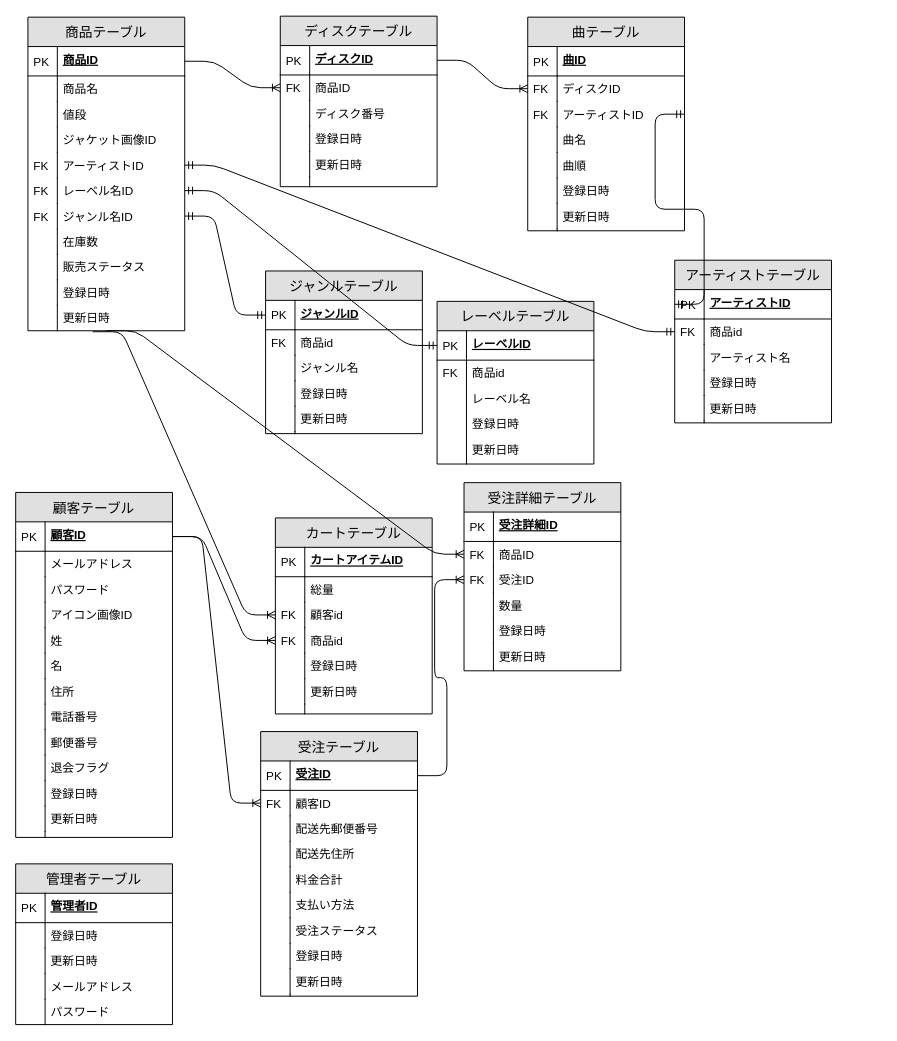
Above: Design/ER図.drawio in saezurucrow/ec-site (draw.io), before the change. Source tidied: cells renumbered, new cells numbered last; positions are measured from the earlier drawing's top-left corner, leaving out a move shared by most shapes. Both pictures are drawn from the tidied source at 98%, with x=0, y=0 at pixel (16, 16).
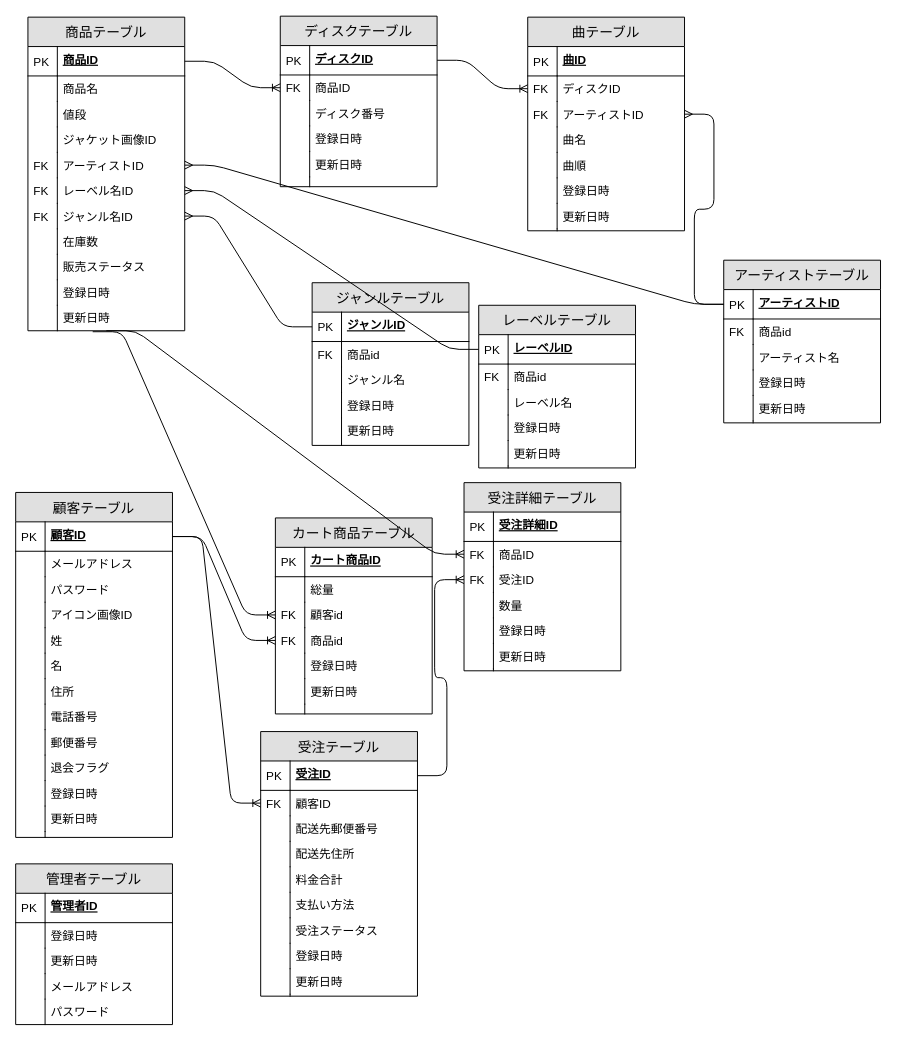
The same diagram, later.

Commit message:
finished ERD

The change refers to these unchanged cells:
```xml
<mxCell id="3" value="顧客ID&#10;" style="shape=partialRectangle;top=0;left=0;right=0;bottom=1;align=left;verticalAlign=top;fillColor=none;spacingLeft=34;spacingRight=4;overflow=hidden;points=[[0,0.5],[1,0.5]];portConstraint=eastwest;fontStyle=5;fontSize=12;" parent="2" vertex="1">
  <mxGeometry y="30" width="160" height="30" as="geometry" />
</mxCell>
<mxCell id="34" value="顧客id" style="shape=partialRectangle;top=0;left=0;right=0;bottom=0;align=left;verticalAlign=top;fillColor=none;spacingLeft=34;spacingRight=4;overflow=hidden;points=[[0,0.5],[1,0.5]];portConstraint=eastwest;fontSize=12;" parent="29" vertex="1">
  <mxGeometry y="86" width="160" height="26" as="geometry" />
</mxCell>
<mxCell id="36" value="商品id" style="shape=partialRectangle;top=0;left=0;right=0;bottom=0;align=left;verticalAlign=top;fillColor=none;spacingLeft=34;spacingRight=4;overflow=hidden;points=[[0,0.5],[1,0.5]];portConstraint=eastwest;fontSize=12;" parent="29" vertex="1">
  <mxGeometry y="112" width="160" height="26" as="geometry" />
</mxCell>
<mxCell id="66" value="アーティストID&#10;" style="shape=partialRectangle;top=0;left=0;right=0;bottom=1;align=left;verticalAlign=top;fillColor=none;spacingLeft=34;spacingRight=4;overflow=hidden;points=[[0,0.5],[1,0.5]];portConstraint=eastwest;fontStyle=5;fontSize=12;" parent="65" vertex="1">
  <mxGeometry y="30" width="160" height="30" as="geometry" />
</mxCell>
<mxCell id="68" value="商品id" style="shape=partialRectangle;top=0;left=0;right=0;bottom=0;align=left;verticalAlign=top;fillColor=none;spacingLeft=34;spacingRight=4;overflow=hidden;points=[[0,0.5],[1,0.5]];portConstraint=eastwest;fontSize=12;" parent="65" vertex="1">
  <mxGeometry y="60" width="160" height="26" as="geometry" />
</mxCell>
<mxCell id="79" value="レーベルID&#10;" style="shape=partialRectangle;top=0;left=0;right=0;bottom=1;align=left;verticalAlign=top;fillColor=none;spacingLeft=34;spacingRight=4;overflow=hidden;points=[[0,0.5],[1,0.5]];portConstraint=eastwest;fontStyle=5;fontSize=12;" parent="78" vertex="1">
  <mxGeometry y="30" width="160" height="30" as="geometry" />
</mxCell>
<mxCell id="92" value="ジャンルID&#10;" style="shape=partialRectangle;top=0;left=0;right=0;bottom=1;align=left;verticalAlign=top;fillColor=none;spacingLeft=34;spacingRight=4;overflow=hidden;points=[[0,0.5],[1,0.5]];portConstraint=eastwest;fontStyle=5;fontSize=12;" parent="91" vertex="1">
  <mxGeometry y="30" width="160" height="30" as="geometry" />
</mxCell>
<mxCell id="124" value="アーティストID" style="shape=partialRectangle;top=0;left=0;right=0;bottom=0;align=left;verticalAlign=top;fillColor=none;spacingLeft=34;spacingRight=4;overflow=hidden;points=[[0,0.5],[1,0.5]];portConstraint=eastwest;fontSize=12;" parent="115" vertex="1">
  <mxGeometry y="138" width="160" height="26" as="geometry" />
</mxCell>
<mxCell id="126" value="レーベル名ID" style="shape=partialRectangle;top=0;left=0;right=0;bottom=0;align=left;verticalAlign=top;fillColor=none;spacingLeft=34;spacingRight=4;overflow=hidden;points=[[0,0.5],[1,0.5]];portConstraint=eastwest;fontSize=12;" parent="115" vertex="1">
  <mxGeometry y="164" width="160" height="26" as="geometry" />
</mxCell>
<mxCell id="128" value="ジャンル名ID" style="shape=partialRectangle;top=0;left=0;right=0;bottom=0;align=left;verticalAlign=top;fillColor=none;spacingLeft=34;spacingRight=4;overflow=hidden;points=[[0,0.5],[1,0.5]];portConstraint=eastwest;fontSize=12;" parent="115" vertex="1">
  <mxGeometry y="190" width="160" height="26" as="geometry" />
</mxCell>
<mxCell id="136" value="更新日時" style="shape=partialRectangle;top=0;left=0;right=0;bottom=0;align=left;verticalAlign=top;fillColor=none;spacingLeft=34;spacingRight=4;overflow=hidden;points=[[0,0.5],[1,0.5]];portConstraint=eastwest;fontSize=12;" parent="115" vertex="1">
  <mxGeometry y="294" width="160" height="26" as="geometry" />
</mxCell>
<mxCell id="156" value="アーティストID" style="shape=partialRectangle;top=0;left=0;right=0;bottom=0;align=left;verticalAlign=top;fillColor=none;spacingLeft=34;spacingRight=4;overflow=hidden;points=[[0,0.5],[1,0.5]];portConstraint=eastwest;fontSize=12;" parent="151" vertex="1">
  <mxGeometry y="86" width="160" height="26" as="geometry" />
</mxCell>
```

Diff of the diagram source:
```diff
@@
-    <mxCell id="29" value="カートテーブル" style="swimlane;fontStyle=0;horizontal=1;startSize=30;fillColor=#e0e0e0;swimlaneFillColor=#ffffff;align=center;fontSize=14;" parent="1" vertex="1">
+    <mxCell id="29" value="カート商品テーブル" style="swimlane;fontStyle=0;horizontal=1;startSize=30;fillColor=#e0e0e0;swimlaneFillColor=#ffffff;align=center;fontSize=14;" parent="1" vertex="1">
       <mxGeometry x="264.5" y="512" width="160" height="200" as="geometry" />
     </mxCell>
-    <mxCell id="30" value="カートアイテムID&#10;" style="shape=partialRectangle;top=0;left=0;right=0;bottom=1;align=left;verticalAlign=top;fillColor=none;spacingLeft=34;spacingRight=4;overflow=hidden;fontStyle=5;fontSize=12;" parent="29" vertex="1">
+    <mxCell id="30" value="カート商品ID&#10;" style="shape=partialRectangle;top=0;left=0;right=0;bottom=1;align=left;verticalAlign=top;fillColor=none;spacingLeft=34;spacingRight=4;overflow=hidden;fontStyle=5;fontSize=12;" parent="29" vertex="1">
       <mxGeometry y="30" width="160" height="30" as="geometry" />
     </mxCell>
@@
     <mxCell id="65" value="アーティストテーブル" style="swimlane;fontStyle=0;horizontal=1;startSize=30;fillColor=#e0e0e0;swimlaneFillColor=#ffffff;align=center;fontSize=14;" parent="1" vertex="1">
-      <mxGeometry x="672" y="249" width="160" height="166" as="geometry" />
+      <mxGeometry x="722" y="249" width="160" height="166" as="geometry" />
     </mxCell>
@@
     <mxCell id="78" value="レーベルテーブル" style="swimlane;fontStyle=0;horizontal=1;startSize=30;fillColor=#e0e0e0;swimlaneFillColor=#ffffff;align=center;fontSize=14;" parent="1" vertex="1">
-      <mxGeometry x="429.5" y="291" width="160" height="166" as="geometry" />
+      <mxGeometry x="472" y="295" width="160" height="166" as="geometry" />
     </mxCell>
@@
     <mxCell id="91" value="ジャンルテーブル" style="swimlane;fontStyle=0;horizontal=1;startSize=30;fillColor=#e0e0e0;swimlaneFillColor=#ffffff;align=center;fontSize=14;" parent="1" vertex="1">
-      <mxGeometry x="254.5" y="260" width="160" height="166" as="geometry" />
+      <mxGeometry x="302" y="272" width="160" height="166" as="geometry" />
     </mxCell>
@@
-    <mxCell id="188" style="edgeStyle=entityRelationEdgeStyle;fontSize=12;html=1;endArrow=ERmandOne;startArrow=ERmandOne;exitX=1;exitY=0.5;exitDx=0;exitDy=0;entryX=0;entryY=0.5;entryDx=0;entryDy=0;" parent="1" edge="1" source="156" target="66">
-      <mxGeometry relative="1" as="geometry" />
-    </mxCell>
-    <mxCell id="189" style="edgeStyle=entityRelationEdgeStyle;fontSize=12;html=1;endArrow=ERmandOne;startArrow=ERmandOne;exitX=1;exitY=0.5;exitDx=0;exitDy=0;entryX=0;entryY=0.5;entryDx=0;entryDy=0;" parent="1" edge="1" source="124" target="68">
-      <mxGeometry relative="1" as="geometry" />
-    </mxCell>
+    <mxCell id="192" style="edgeStyle=entityRelationEdgeStyle;fontSize=12;html=1;endArrow=ERoneToMany;entryX=0;entryY=0.5;entryDx=0;entryDy=0;exitX=1;exitY=0.5;exitDx=0;exitDy=0;" parent="1" edge="1" source="3" target="36">
+      <mxGeometry relative="1" as="geometry" />
+    </mxCell>
+    <mxCell id="193" style="edgeStyle=entityRelationEdgeStyle;fontSize=12;html=1;endArrow=ERoneToMany;entryX=0;entryY=0.5;entryDx=0;entryDy=0;exitX=0.413;exitY=1.038;exitDx=0;exitDy=0;exitPerimeter=0;" parent="1" edge="1" source="136" target="34">
+      <mxGeometry relative="1" as="geometry" />
+    </mxCell>
+    <mxCell id="194" style="edgeStyle=entityRelationEdgeStyle;fontSize=12;html=1;endArrow=none;startArrow=ERmany;endFill=0;exitX=1;exitY=0.5;exitDx=0;exitDy=0;entryX=0;entryY=0.5;entryDx=0;entryDy=0;" parent="1" edge="1" source="124" target="66">
+      <mxGeometry relative="1" as="geometry" />
+    </mxCell>
-    <mxCell id="190" style="edgeStyle=entityRelationEdgeStyle;fontSize=12;html=1;endArrow=ERmandOne;startArrow=ERmandOne;exitX=1;exitY=0.5;exitDx=0;exitDy=0;entryX=0;entryY=0.5;entryDx=0;entryDy=0;" parent="1" edge="1" source="126" target="79">
+    <mxCell id="190" style="edgeStyle=entityRelationEdgeStyle;fontSize=12;html=1;endArrow=none;startArrow=ERmany;endFill=0;exitX=1;exitY=0.5;exitDx=0;exitDy=0;entryX=0;entryY=0.5;entryDx=0;entryDy=0;" parent="1" edge="1" source="126" target="79">
       <mxGeometry relative="1" as="geometry" />
     </mxCell>
-    <mxCell id="191" style="edgeStyle=entityRelationEdgeStyle;fontSize=12;html=1;endArrow=ERmandOne;startArrow=ERmandOne;exitX=1;exitY=0.5;exitDx=0;exitDy=0;entryX=0;entryY=0.5;entryDx=0;entryDy=0;" parent="1" edge="1" source="128" target="92">
+    <mxCell id="191" style="edgeStyle=entityRelationEdgeStyle;fontSize=12;html=1;endArrow=none;startArrow=ERmany;endFill=0;exitX=1;exitY=0.5;exitDx=0;exitDy=0;entryX=0;entryY=0.5;entryDx=0;entryDy=0;" parent="1" edge="1" source="128" target="92">
       <mxGeometry relative="1" as="geometry" />
     </mxCell>
-    <mxCell id="192" style="edgeStyle=entityRelationEdgeStyle;fontSize=12;html=1;endArrow=ERoneToMany;entryX=0;entryY=0.5;entryDx=0;entryDy=0;exitX=1;exitY=0.5;exitDx=0;exitDy=0;" parent="1" edge="1" source="3" target="36">
-      <mxGeometry relative="1" as="geometry" />
-    </mxCell>
-    <mxCell id="193" style="edgeStyle=entityRelationEdgeStyle;fontSize=12;html=1;endArrow=ERoneToMany;entryX=0;entryY=0.5;entryDx=0;entryDy=0;exitX=0.413;exitY=1.038;exitDx=0;exitDy=0;exitPerimeter=0;" parent="1" edge="1" source="136" target="34">
-      <mxGeometry relative="1" as="geometry" />
-    </mxCell>
+    <mxCell id="188" style="edgeStyle=entityRelationEdgeStyle;fontSize=12;html=1;endArrow=none;startArrow=ERmany;endFill=0;exitX=1;exitY=0.5;exitDx=0;exitDy=0;entryX=0;entryY=0.5;entryDx=0;entryDy=0;" parent="1" edge="1" source="156" target="66">
+      <mxGeometry relative="1" as="geometry" />
+    </mxCell>
```
